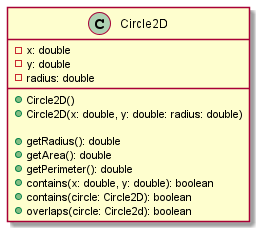
This is Introduction_to_Java_Programming/src/main/java/chapter10/exercise/exercise10_11/Circle2DDiagram.png from emaphis/Introduction_to_Java_Programming, a PlantUML export, as it was before one commit.
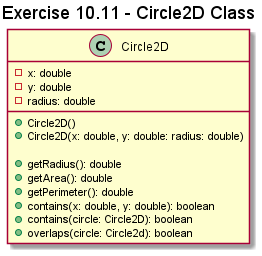
The same file after the commit.

What changed in the source:
```diff
@@ -1,4 +1,5 @@
-@startuml
+@startuml Exercise10.11
+title Exercise 10.11 - Circle2D Class
 class Circle2D {
     -x: double
     -y: double
```
